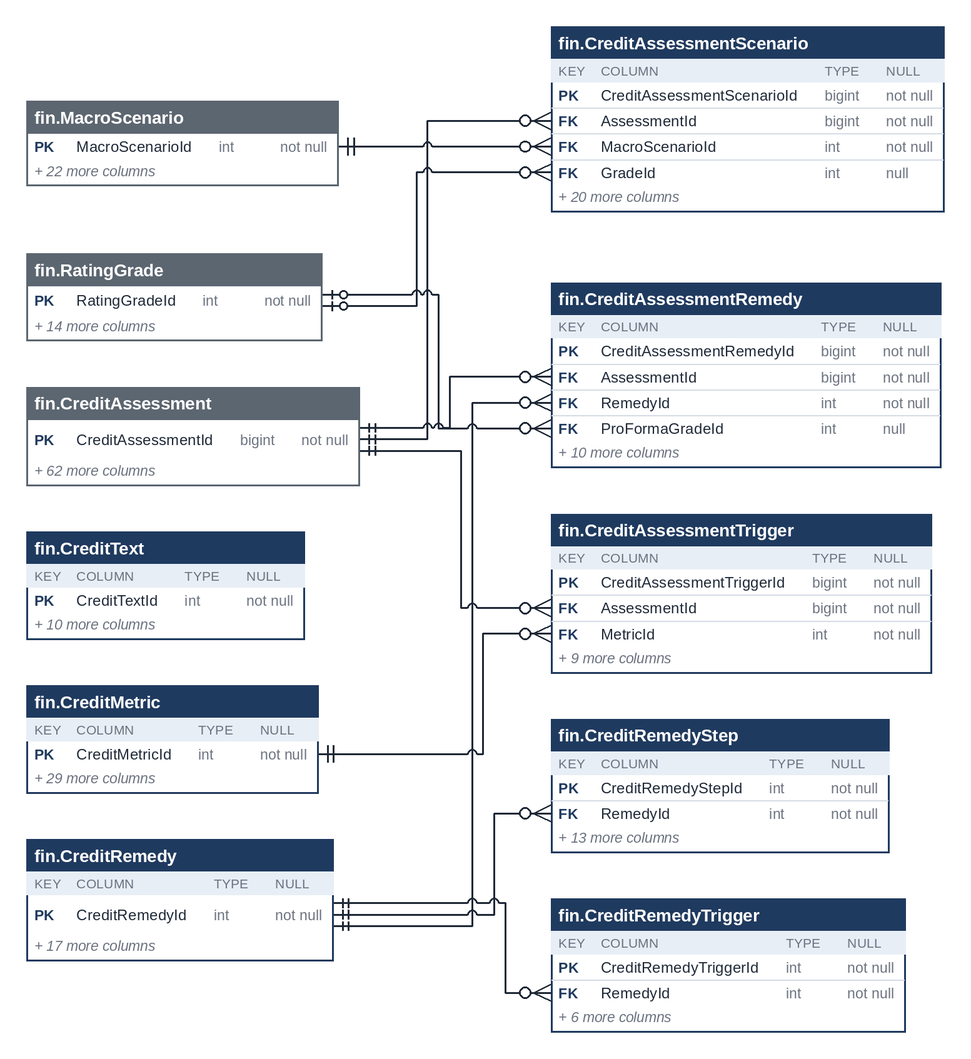
Above: treasury-platform/docs/diagrams/erd-en/m5_financials_11.png in thawrasy/smartlines (Mermaid), before the change. Its source is kept beside it as treasury-platform/docs/diagrams/erd/m5_financials_11.mmd.
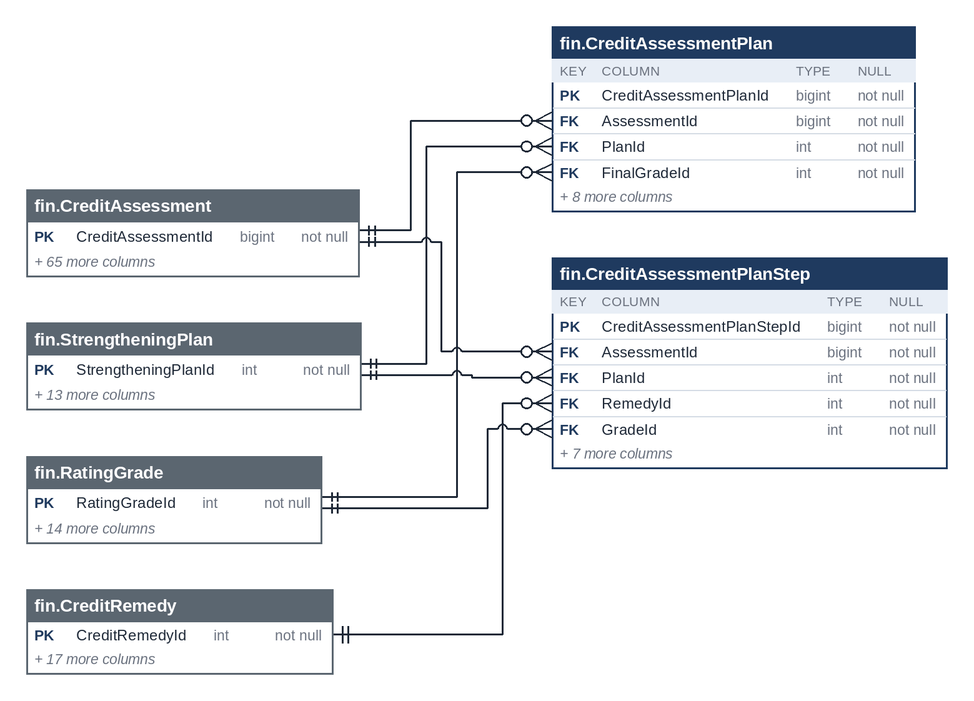
Later version of the same file.

The edit, as a diff of the source:
```diff
@@ -1,4 +1,16 @@
 erDiagram
+  fin_ReceivableLossRate["fin.ReceivableLossRate"] {
+    int ReceivableLossRateId PK
+    bigint ApprovedBy FK
+  }
+  fin_RevenueEstimate["fin.RevenueEstimate"] {
+    bigint RevenueEstimateId PK
+    bigint CompanyId FK
+    int CurrencyId FK
+    bigint DocumentId FK
+    bigint PreparedBy FK
+    bigint ApprovedBy FK
+  }
   fin_RiskAnchor["fin.RiskAnchor"] {
     int RiskAnchorId PK
   }
@@ -6,15 +18,3 @@
     int ScorecardId PK
     int CurrencyId FK
   }
-  fin_ScorecardAdjustment["fin.ScorecardAdjustment"] {
-    int ScorecardAdjustmentId PK
-    int ScorecardId FK
-    int CapGradeId FK
-  }
-  fin_ScorecardItemRule["fin.ScorecardItemRule"] {
-    int ScorecardItemRuleId PK
-    int ScorecardId FK
-    int MetricId FK
-  }
-  fin_Scorecard ||--o{ fin_ScorecardAdjustment : "ScorecardId"
-  fin_Scorecard ||--o{ fin_ScorecardItemRule : "ScorecardId"
```
